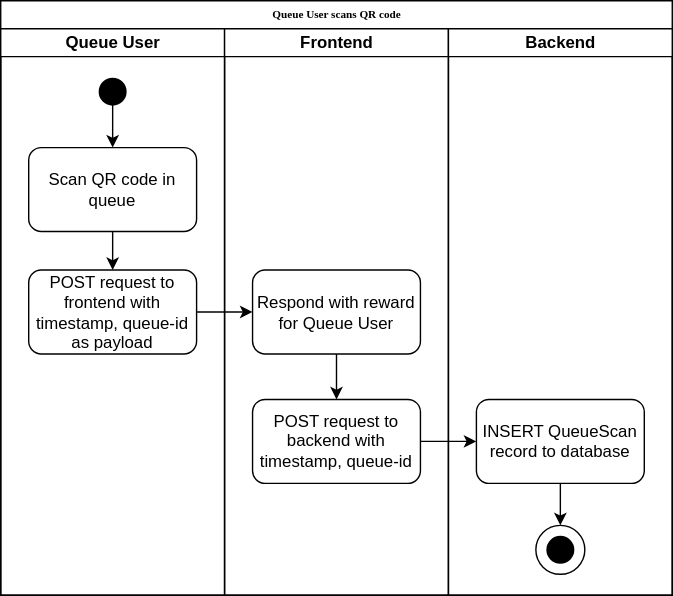
Above: doc/queue_user_activity_diagram.drawio.svg in christerng/gdrd (draw.io), before the change. Source tidied: cells renumbered, new cells last; positions are measured from the earlier drawing's top-left corner, leaving out a move shared by most shapes.
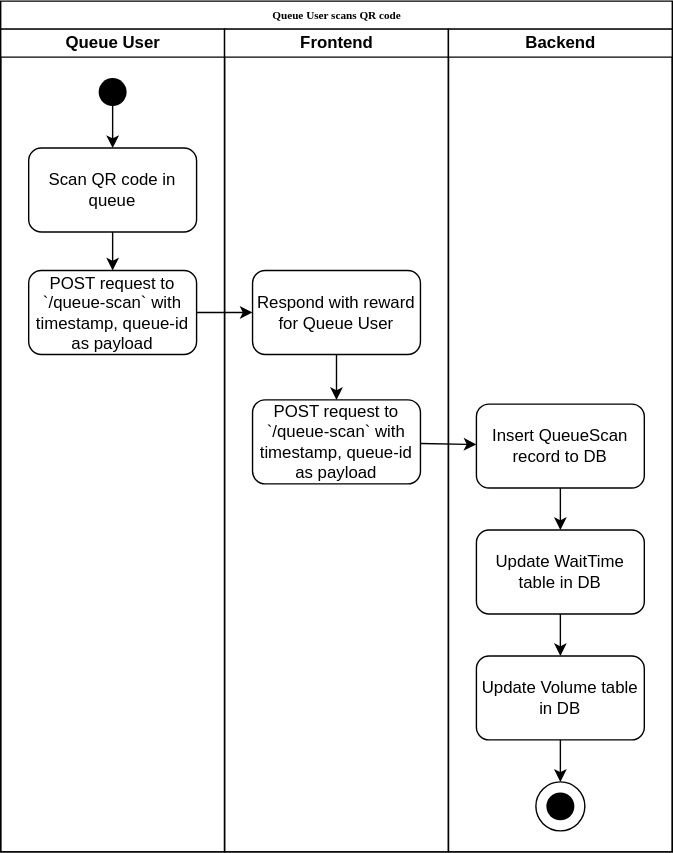
Above is the later version.

Commit message:
doc: update `Event User` activity diagram

What changed in the source:
```diff
@@ -3,7 +3,7 @@
     <mxCell id="0" />
     <mxCell id="1" parent="0" />
     <mxCell id="2" value="Queue User scans QR code" style="swimlane;html=1;startSize=20;rounded=0;shadow=0;labelBackgroundColor=none;strokeWidth=1;fontFamily=Verdana;fontSize=8;align=center;" parent="1" vertex="1">
-      <mxGeometry width="480" height="425" as="geometry" />
+      <mxGeometry width="480" height="608" as="geometry" />
     </mxCell>
     <mxCell id="3" style="edgeStyle=orthogonalEdgeStyle;rounded=1;html=1;labelBackgroundColor=none;startArrow=none;startFill=0;startSize=5;endArrow=classicThin;endFill=1;endSize=5;jettySize=auto;orthogonalLoop=1;strokeWidth=1;fontFamily=Verdana;fontSize=8;" parent="2" edge="1">
       <mxGeometry relative="1" as="geometry">
@@ -11,7 +11,7 @@
       </mxGeometry>
     </mxCell>
     <mxCell id="4" value="Queue User" style="swimlane;html=1;startSize=20;" parent="2" vertex="1">
-      <mxGeometry y="20" width="160" height="405" as="geometry" />
+      <mxGeometry y="20" width="160" height="588" as="geometry" />
     </mxCell>
     <mxCell id="5" style="edgeStyle=none;html=1;" parent="4" edge="1" source="6" target="7">
       <mxGeometry relative="1" as="geometry" />
@@ -19,7 +19,7 @@
     <mxCell id="6" value="Scan QR code in queue" style="rounded=1;whiteSpace=wrap;html=1;" parent="4" vertex="1">
       <mxGeometry x="20" y="85" width="120" height="60" as="geometry" />
     </mxCell>
-    <mxCell id="7" value="POST request to frontend with timestamp, queue-id as payload" style="rounded=1;whiteSpace=wrap;html=1;" parent="4" vertex="1">
+    <mxCell id="7" value="POST request to `/queue-scan` with timestamp, queue-id as payload" style="rounded=1;whiteSpace=wrap;html=1;" parent="4" vertex="1">
       <mxGeometry x="20" y="172.5" width="120" height="60" as="geometry" />
     </mxCell>
     <mxCell id="8" style="shape=waypoint;sketch=0;fillStyle=solid;size=6;points=[];fillColor=none;perimeter=centerPerimeter;snapToPoint=1;strokeWidth=8;" parent="4" vertex="1">
@@ -29,7 +29,7 @@
       <mxGeometry relative="1" as="geometry" />
     </mxCell>
     <mxCell id="10" value="Frontend" style="swimlane;html=1;startSize=20;" parent="2" vertex="1">
-      <mxGeometry x="160" y="20" width="160" height="405" as="geometry" />
+      <mxGeometry x="160" y="20" width="160" height="588" as="geometry" />
     </mxCell>
     <mxCell id="11" style="edgeStyle=none;html=1;" parent="10" edge="1" source="12" target="13">
       <mxGeometry relative="1" as="geometry" />
@@ -37,23 +37,38 @@
     <mxCell id="12" value="Respond with reward for Queue User" style="rounded=1;whiteSpace=wrap;html=1;" parent="10" vertex="1">
       <mxGeometry x="20" y="172.5" width="120" height="60" as="geometry" />
     </mxCell>
-    <mxCell id="13" value="POST request to backend with timestamp, queue-id" style="rounded=1;whiteSpace=wrap;html=1;" parent="10" vertex="1">
+    <mxCell id="13" value="POST request to `/queue-scan` with timestamp, queue-id as payload" style="rounded=1;whiteSpace=wrap;html=1;" parent="10" vertex="1">
       <mxGeometry x="20" y="265" width="120" height="60" as="geometry" />
     </mxCell>
     <mxCell id="14" style="edgeStyle=none;html=1;" parent="2" edge="1" source="7" target="12">
       <mxGeometry relative="1" as="geometry" />
     </mxCell>
-    <mxCell id="15" style="edgeStyle=none;html=1;" parent="2" edge="1" source="13" target="17">
-      <mxGeometry relative="1" as="geometry" />
-    </mxCell>
+    <mxCell id="22" style="edgeStyle=none;html=1;" parent="2" edge="1" source="13" target="25">
+      <mxGeometry relative="1" as="geometry" />
+    </mxCell>
     <mxCell id="16" value="Backend" style="swimlane;html=1;startSize=20;" parent="2" vertex="1">
-      <mxGeometry x="320" y="20" width="160" height="405" as="geometry" />
+      <mxGeometry x="320" y="20" width="160" height="588" as="geometry" />
     </mxCell>
+    <mxCell id="23" style="edgeStyle=none;html=1;" parent="16" edge="1" source="17" target="27">
+      <mxGeometry relative="1" as="geometry" />
+    </mxCell>
-    <mxCell id="17" value="INSERT QueueScan record to database" style="rounded=1;whiteSpace=wrap;html=1;" parent="16" vertex="1">
-      <mxGeometry x="20" y="265" width="120" height="60" as="geometry" />
+    <mxCell id="17" value="Update WaitTime table in DB" style="rounded=1;whiteSpace=wrap;html=1;" parent="16" vertex="1">
+      <mxGeometry x="20" y="358" width="120" height="60" as="geometry" />
     </mxCell>
+    <mxCell id="24" style="edgeStyle=none;html=1;" parent="16" edge="1" source="25" target="17">
+      <mxGeometry relative="1" as="geometry" />
+    </mxCell>
+    <mxCell id="25" value="Insert QueueScan record to DB" style="rounded=1;whiteSpace=wrap;html=1;" parent="16" vertex="1">
+      <mxGeometry x="20" y="268" width="120" height="60" as="geometry" />
+    </mxCell>
+    <mxCell id="26" style="edgeStyle=none;html=1;exitX=0.5;exitY=1;exitDx=0;exitDy=0;entryX=0.5;entryY=0;entryDx=0;entryDy=0;" parent="16" edge="1" source="27" target="19">
+      <mxGeometry relative="1" as="geometry" />
+    </mxCell>
+    <mxCell id="27" value="Update Volume table in DB" style="rounded=1;whiteSpace=wrap;html=1;" parent="16" vertex="1">
+      <mxGeometry x="20" y="448" width="120" height="60" as="geometry" />
+    </mxCell>
     <mxCell id="18" style="group;" parent="16" vertex="1">
-      <mxGeometry x="62.5" y="355" width="35" height="35" as="geometry" />
+      <mxGeometry x="62.5" y="538" width="35" height="35" as="geometry" />
     </mxCell>
     <mxCell id="19" style="ellipse;whiteSpace=wrap;html=1;strokeWidth=1;" parent="18" vertex="1">
       <mxGeometry width="35" height="35" as="geometry" />
@@ -61,8 +76,5 @@
     <mxCell id="20" style="shape=waypoint;sketch=0;fillStyle=solid;size=6;fillColor=none;perimeter=centerPerimeter;strokeWidth=8;" parent="18" vertex="1">
       <mxGeometry x="7.5" y="7.5" width="20" height="20" as="geometry" />
     </mxCell>
-    <mxCell id="21" style="endArrow=classic;html=1;exitX=0.5;exitY=1;exitDx=0;exitDy=0;entryX=0.5;entryY=0;entryDx=0;entryDy=0;" parent="16" edge="1" source="17" target="19">
-      <mxGeometry relative="1" as="geometry" />
-    </mxCell>
   </root>
 </mxGraphModel>
```
